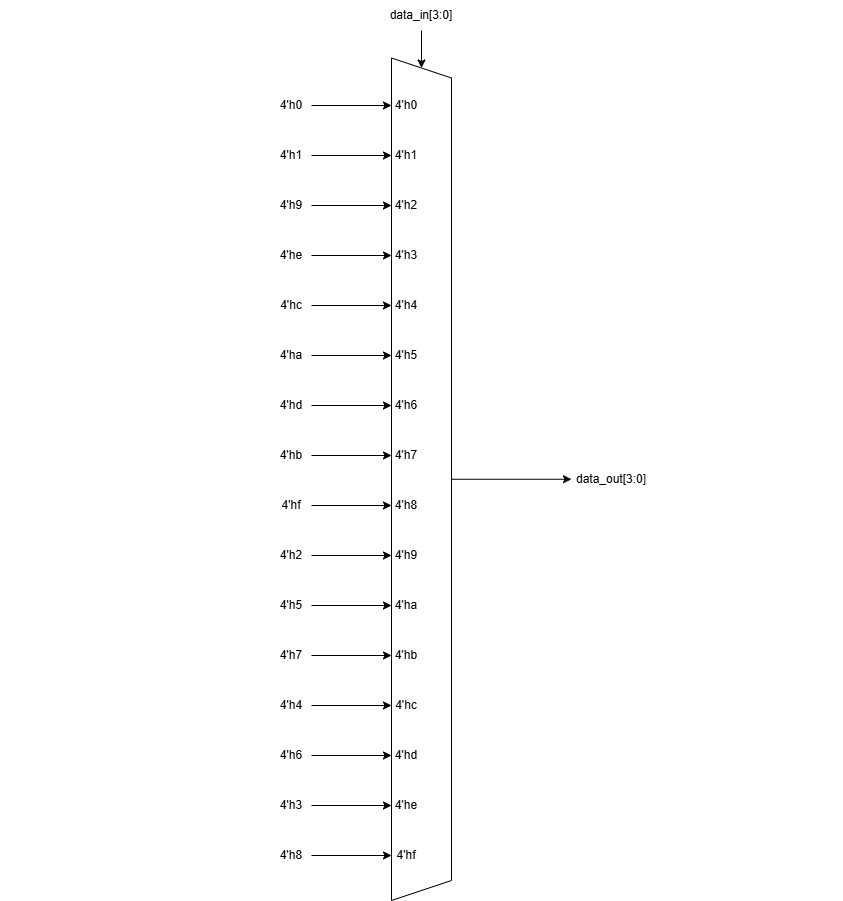
Earlier version of the draw.io export KeyExpansion/media/Module Inv low level.png (LQLManZz/AES128-Verilog). Source tidied: cells renumbered, new cells last; positions are measured from the earlier drawing's top-left corner, leaving out a move shared by most shapes.
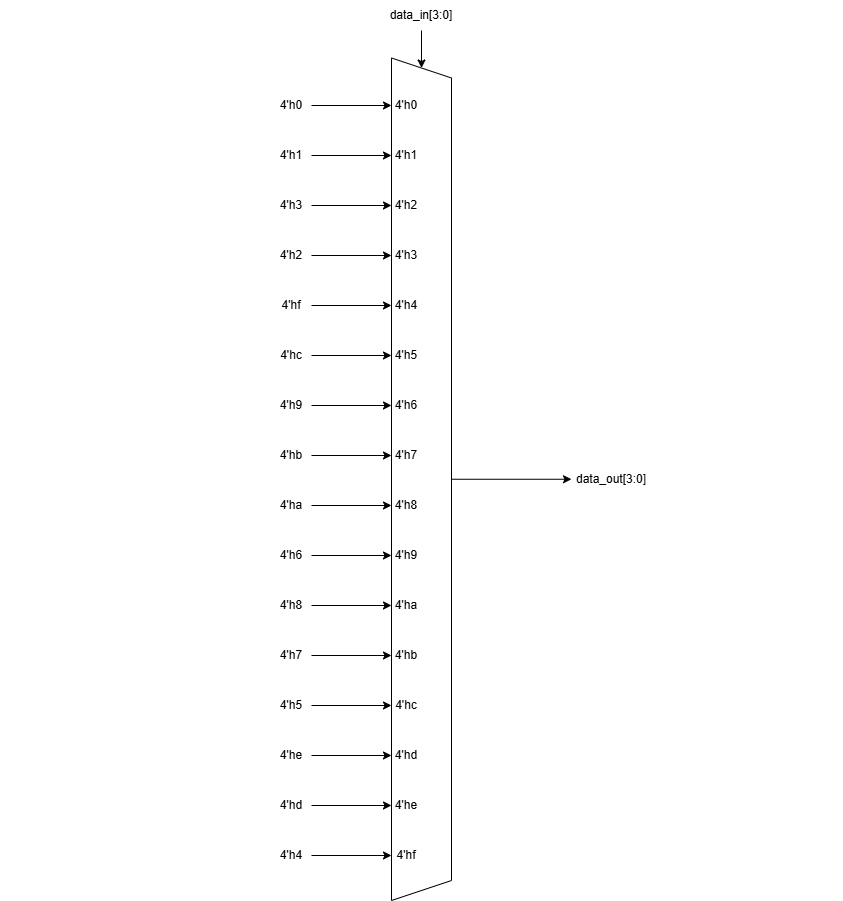
Above is the later version.

Change to the diagram source:
```diff
@@ -83,31 +83,31 @@
     <mxCell id="28" style="edgeStyle=orthogonalEdgeStyle;rounded=0;jettySize=auto;html=1;exitX=1;exitY=0.5;exitDx=0;exitDy=0;entryX=0;entryY=0.5;entryDx=0;entryDy=0;" parent="6" edge="1" source="29" target="9">
       <mxGeometry relative="1" as="geometry" />
     </mxCell>
-    <mxCell id="29" value="4'h9" style="text;html=1;whiteSpace=wrap;strokeColor=none;fillColor=none;align=center;verticalAlign=middle;rounded=0;" parent="6" vertex="1">
+    <mxCell id="29" value="4'h3" style="text;html=1;whiteSpace=wrap;strokeColor=none;fillColor=none;align=center;verticalAlign=middle;rounded=0;" parent="6" vertex="1">
       <mxGeometry x="271.2" y="100" width="40" height="30" as="geometry" />
     </mxCell>
     <mxCell id="30" style="edgeStyle=orthogonalEdgeStyle;rounded=0;jettySize=auto;html=1;exitX=1;exitY=0.5;exitDx=0;exitDy=0;entryX=0;entryY=0.5;entryDx=0;entryDy=0;" parent="6" edge="1" source="31" target="10">
       <mxGeometry relative="1" as="geometry" />
     </mxCell>
-    <mxCell id="31" value="4'he" style="text;html=1;whiteSpace=wrap;strokeColor=none;fillColor=none;align=center;verticalAlign=middle;rounded=0;" parent="6" vertex="1">
+    <mxCell id="31" value="4'h2" style="text;html=1;whiteSpace=wrap;strokeColor=none;fillColor=none;align=center;verticalAlign=middle;rounded=0;" parent="6" vertex="1">
       <mxGeometry x="271.2" y="150" width="40" height="30" as="geometry" />
     </mxCell>
     <mxCell id="32" style="edgeStyle=orthogonalEdgeStyle;rounded=0;jettySize=auto;html=1;exitX=1;exitY=0.5;exitDx=0;exitDy=0;entryX=0;entryY=0.5;entryDx=0;entryDy=0;" parent="6" edge="1" source="33" target="11">
       <mxGeometry relative="1" as="geometry" />
     </mxCell>
-    <mxCell id="33" value="4'hc" style="text;html=1;whiteSpace=wrap;strokeColor=none;fillColor=none;align=center;verticalAlign=middle;rounded=0;" parent="6" vertex="1">
+    <mxCell id="33" value="4'hf" style="text;html=1;whiteSpace=wrap;strokeColor=none;fillColor=none;align=center;verticalAlign=middle;rounded=0;" parent="6" vertex="1">
       <mxGeometry x="271.2" y="200" width="40" height="30" as="geometry" />
     </mxCell>
     <mxCell id="34" style="edgeStyle=orthogonalEdgeStyle;rounded=0;jettySize=auto;html=1;exitX=1;exitY=0.5;exitDx=0;exitDy=0;entryX=0;entryY=0.5;entryDx=0;entryDy=0;" parent="6" edge="1" source="35" target="12">
       <mxGeometry relative="1" as="geometry" />
     </mxCell>
-    <mxCell id="35" value="4'ha" style="text;html=1;whiteSpace=wrap;strokeColor=none;fillColor=none;align=center;verticalAlign=middle;rounded=0;" parent="6" vertex="1">
+    <mxCell id="35" value="4'hc" style="text;html=1;whiteSpace=wrap;strokeColor=none;fillColor=none;align=center;verticalAlign=middle;rounded=0;" parent="6" vertex="1">
       <mxGeometry x="271.2" y="250" width="40" height="30" as="geometry" />
     </mxCell>
     <mxCell id="36" style="edgeStyle=orthogonalEdgeStyle;rounded=0;jettySize=auto;html=1;exitX=1;exitY=0.5;exitDx=0;exitDy=0;entryX=0;entryY=0.5;entryDx=0;entryDy=0;" parent="6" edge="1" source="37" target="13">
       <mxGeometry relative="1" as="geometry" />
     </mxCell>
-    <mxCell id="37" value="4'hd" style="text;html=1;whiteSpace=wrap;strokeColor=none;fillColor=none;align=center;verticalAlign=middle;rounded=0;" parent="6" vertex="1">
+    <mxCell id="37" value="4'h9" style="text;html=1;whiteSpace=wrap;strokeColor=none;fillColor=none;align=center;verticalAlign=middle;rounded=0;" parent="6" vertex="1">
       <mxGeometry x="271.2" y="300" width="40" height="30" as="geometry" />
     </mxCell>
     <mxCell id="38" style="edgeStyle=orthogonalEdgeStyle;rounded=0;jettySize=auto;html=1;exitX=1;exitY=0.5;exitDx=0;exitDy=0;entryX=0;entryY=0.5;entryDx=0;entryDy=0;" parent="6" edge="1" source="39" target="14">
@@ -119,19 +119,19 @@
     <mxCell id="40" style="edgeStyle=orthogonalEdgeStyle;rounded=0;jettySize=auto;html=1;exitX=1;exitY=0.5;exitDx=0;exitDy=0;entryX=0;entryY=0.5;entryDx=0;entryDy=0;" parent="6" edge="1" source="41" target="15">
       <mxGeometry relative="1" as="geometry" />
     </mxCell>
-    <mxCell id="41" value="4'hf" style="text;html=1;whiteSpace=wrap;strokeColor=none;fillColor=none;align=center;verticalAlign=middle;rounded=0;" parent="6" vertex="1">
+    <mxCell id="41" value="4'ha" style="text;html=1;whiteSpace=wrap;strokeColor=none;fillColor=none;align=center;verticalAlign=middle;rounded=0;" parent="6" vertex="1">
       <mxGeometry x="271.2" y="400" width="40" height="30" as="geometry" />
     </mxCell>
     <mxCell id="42" style="edgeStyle=orthogonalEdgeStyle;rounded=0;jettySize=auto;html=1;exitX=1;exitY=0.5;exitDx=0;exitDy=0;entryX=0;entryY=0.5;entryDx=0;entryDy=0;" parent="6" edge="1" source="43" target="16">
       <mxGeometry relative="1" as="geometry" />
     </mxCell>
-    <mxCell id="43" value="4'h2" style="text;html=1;whiteSpace=wrap;strokeColor=none;fillColor=none;align=center;verticalAlign=middle;rounded=0;" parent="6" vertex="1">
+    <mxCell id="43" value="4'h6" style="text;html=1;whiteSpace=wrap;strokeColor=none;fillColor=none;align=center;verticalAlign=middle;rounded=0;" parent="6" vertex="1">
       <mxGeometry x="271.2" y="450" width="40" height="30" as="geometry" />
     </mxCell>
     <mxCell id="44" style="edgeStyle=orthogonalEdgeStyle;rounded=0;jettySize=auto;html=1;exitX=1;exitY=0.5;exitDx=0;exitDy=0;entryX=0;entryY=0.5;entryDx=0;entryDy=0;" parent="6" edge="1" source="45" target="17">
       <mxGeometry relative="1" as="geometry" />
     </mxCell>
-    <mxCell id="45" value="4'h5" style="text;html=1;whiteSpace=wrap;strokeColor=none;fillColor=none;align=center;verticalAlign=middle;rounded=0;" parent="6" vertex="1">
+    <mxCell id="45" value="4'h8" style="text;html=1;whiteSpace=wrap;strokeColor=none;fillColor=none;align=center;verticalAlign=middle;rounded=0;" parent="6" vertex="1">
       <mxGeometry x="271.2" y="500" width="40" height="30" as="geometry" />
     </mxCell>
     <mxCell id="46" style="edgeStyle=orthogonalEdgeStyle;rounded=0;jettySize=auto;html=1;exitX=1;exitY=0.5;exitDx=0;exitDy=0;entryX=0;entryY=0.5;entryDx=0;entryDy=0;" parent="6" edge="1" source="47" target="18">
@@ -143,25 +143,25 @@
     <mxCell id="48" style="edgeStyle=orthogonalEdgeStyle;rounded=0;jettySize=auto;html=1;exitX=1;exitY=0.5;exitDx=0;exitDy=0;entryX=0;entryY=0.5;entryDx=0;entryDy=0;" parent="6" edge="1" source="49" target="19">
       <mxGeometry relative="1" as="geometry" />
     </mxCell>
-    <mxCell id="49" value="4'h4" style="text;html=1;whiteSpace=wrap;strokeColor=none;fillColor=none;align=center;verticalAlign=middle;rounded=0;" parent="6" vertex="1">
+    <mxCell id="49" value="4'h5" style="text;html=1;whiteSpace=wrap;strokeColor=none;fillColor=none;align=center;verticalAlign=middle;rounded=0;" parent="6" vertex="1">
       <mxGeometry x="271.2" y="600" width="40" height="30" as="geometry" />
     </mxCell>
     <mxCell id="50" style="edgeStyle=orthogonalEdgeStyle;rounded=0;jettySize=auto;html=1;exitX=1;exitY=0.5;exitDx=0;exitDy=0;entryX=0;entryY=0.5;entryDx=0;entryDy=0;" parent="6" edge="1" source="51" target="20">
       <mxGeometry relative="1" as="geometry" />
     </mxCell>
-    <mxCell id="51" value="4'h6" style="text;html=1;whiteSpace=wrap;strokeColor=none;fillColor=none;align=center;verticalAlign=middle;rounded=0;" parent="6" vertex="1">
+    <mxCell id="51" value="4'he" style="text;html=1;whiteSpace=wrap;strokeColor=none;fillColor=none;align=center;verticalAlign=middle;rounded=0;" parent="6" vertex="1">
       <mxGeometry x="271.2" y="650" width="40" height="30" as="geometry" />
     </mxCell>
     <mxCell id="52" style="edgeStyle=orthogonalEdgeStyle;rounded=0;jettySize=auto;html=1;exitX=1;exitY=0.5;exitDx=0;exitDy=0;entryX=0;entryY=0.5;entryDx=0;entryDy=0;" parent="6" edge="1" source="53" target="21">
       <mxGeometry relative="1" as="geometry" />
     </mxCell>
-    <mxCell id="53" value="4'h3" style="text;html=1;whiteSpace=wrap;strokeColor=none;fillColor=none;align=center;verticalAlign=middle;rounded=0;" parent="6" vertex="1">
+    <mxCell id="53" value="4'hd" style="text;html=1;whiteSpace=wrap;strokeColor=none;fillColor=none;align=center;verticalAlign=middle;rounded=0;" parent="6" vertex="1">
       <mxGeometry x="271.2" y="700" width="40" height="30" as="geometry" />
     </mxCell>
     <mxCell id="54" style="edgeStyle=orthogonalEdgeStyle;rounded=0;jettySize=auto;html=1;exitX=1;exitY=0.5;exitDx=0;exitDy=0;entryX=0;entryY=0.5;entryDx=0;entryDy=0;" parent="6" edge="1" source="55" target="22">
       <mxGeometry relative="1" as="geometry" />
     </mxCell>
-    <mxCell id="55" value="4'h8" style="text;html=1;whiteSpace=wrap;strokeColor=none;fillColor=none;align=center;verticalAlign=middle;rounded=0;" parent="6" vertex="1">
+    <mxCell id="55" value="4'h4" style="text;html=1;whiteSpace=wrap;strokeColor=none;fillColor=none;align=center;verticalAlign=middle;rounded=0;" parent="6" vertex="1">
       <mxGeometry x="271.2" y="750" width="40" height="30" as="geometry" />
     </mxCell>
   </root>
```
